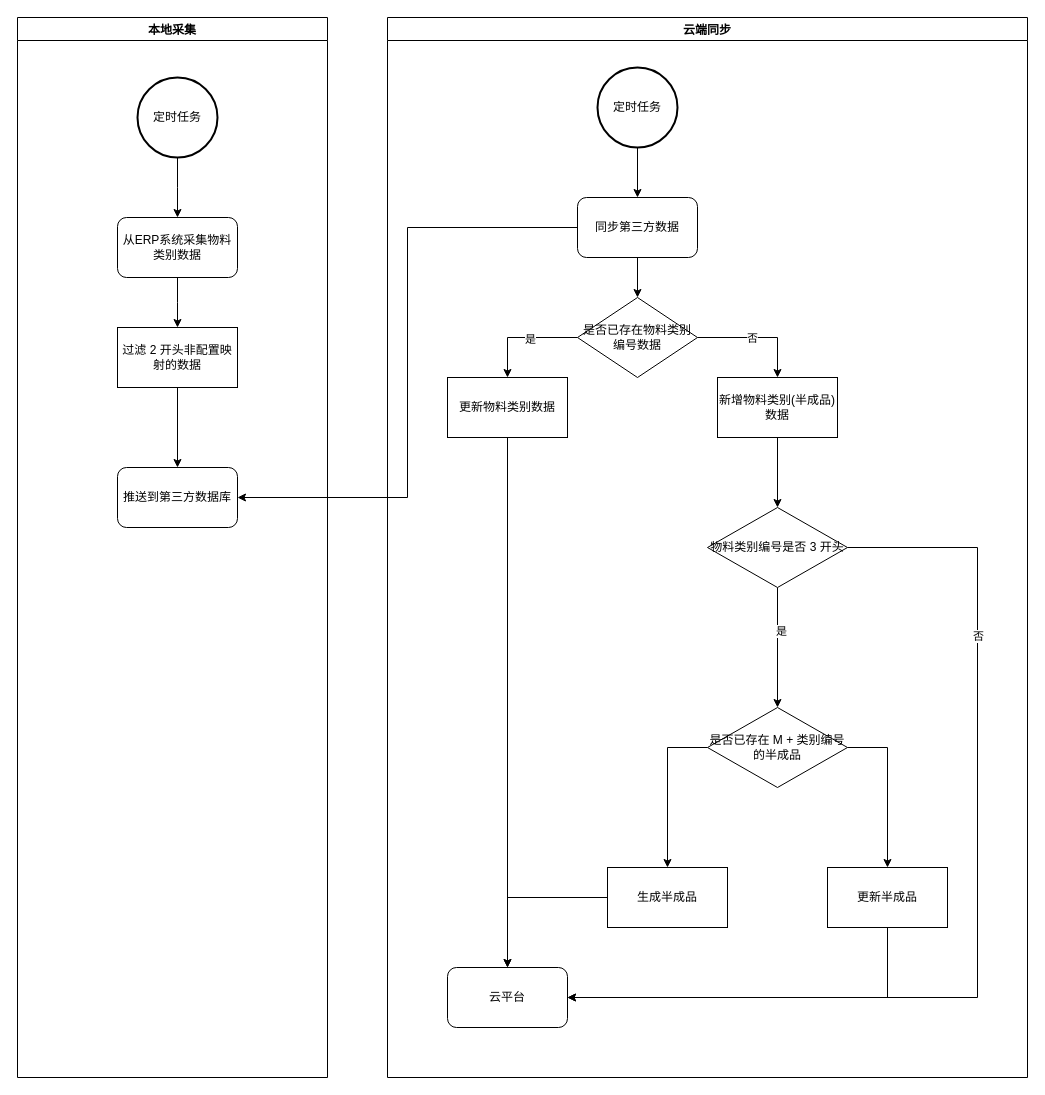
Earlier version of the draw.io diagram 齐峰物料类别采集.drawio (Leo-Lee-j/sketch). Source tidied: cells renumbered, new cells numbered last; positions are measured from the earlier drawing's top-left corner, leaving out a move shared by most shapes. Both pictures are drawn from the tidied source at 100%, with x=0, y=0 at pixel (17, 17).
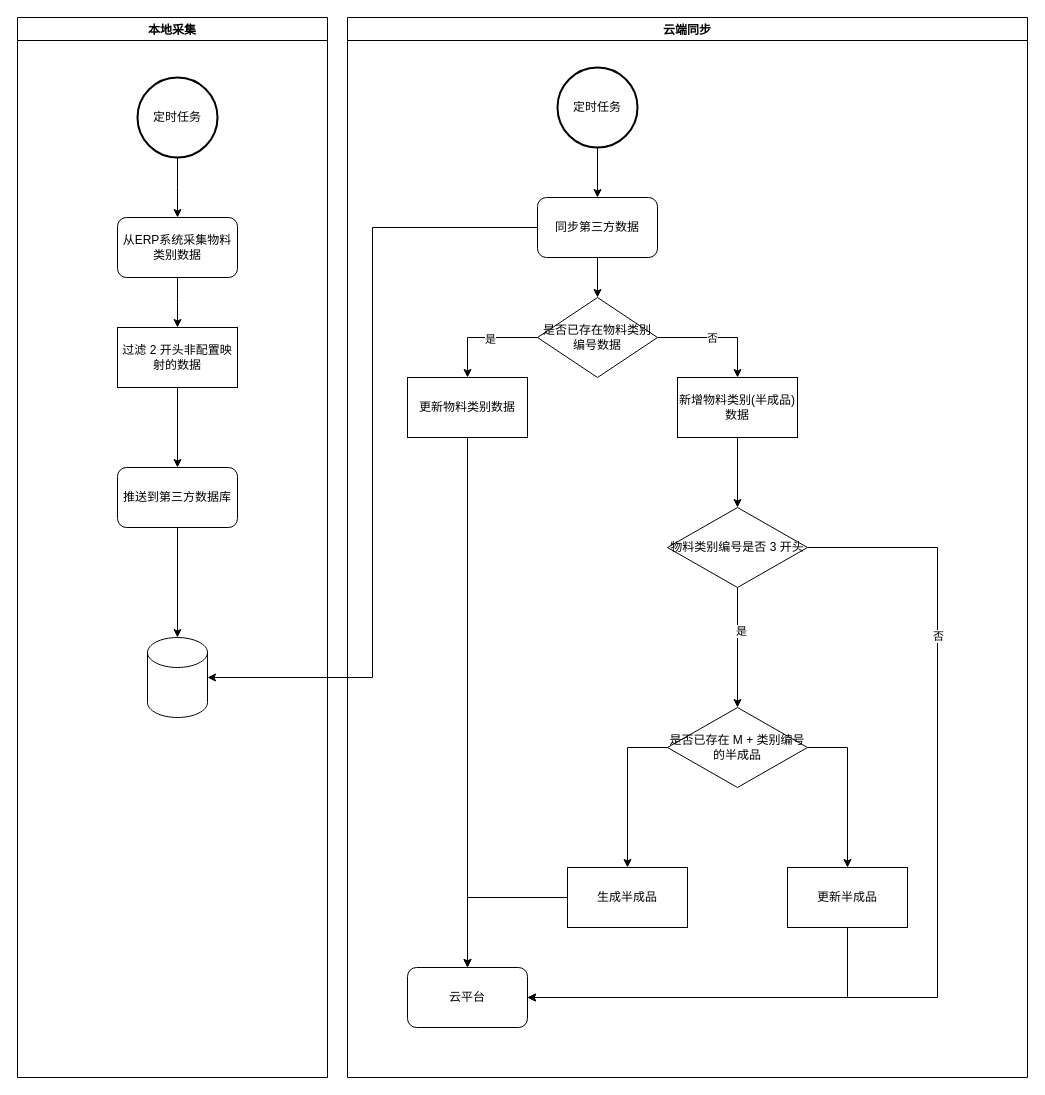
The same diagram, later.

Commit message (it also covers changes not shown here):
更新齐峰物料类别采集.drawio

The change refers to these unchanged cells:
```xml
<mxCell id="8" value="本地采集" style="swimlane;" parent="1" vertex="1">
  <mxGeometry width="310" height="1060" as="geometry" />
</mxCell>
<mxCell id="9" value="推送到第三方数据库" style="rounded=1;whiteSpace=wrap;html=1;" parent="8" vertex="1">
  <mxGeometry x="100" y="450" width="120" height="60" as="geometry" />
</mxCell>
<mxCell id="14" value="同步第三方数据" style="rounded=1;whiteSpace=wrap;html=1;" parent="10" vertex="1">
  <mxGeometry x="190" y="180" width="120" height="60" as="geometry" />
</mxCell>
```

The edit, as a diff of the source:
```diff
@@
+    <mxCell id="38" style="edgeStyle=orthogonalEdgeStyle;rounded=0;jettySize=auto;html=1;exitX=0.5;exitY=1;exitDx=0;exitDy=0;entryX=0.5;entryY=0;entryDx=0;entryDy=0;entryPerimeter=0;" parent="8" edge="1" source="9" target="39">
+      <mxGeometry relative="1" as="geometry" />
+    </mxCell>
@@
+    <mxCell id="39" style="shape=cylinder3;whiteSpace=wrap;html=1;boundedLbl=1;backgroundOutline=1;size=15;" parent="8" vertex="1">
+      <mxGeometry x="130" y="620" width="60" height="80" as="geometry" />
+    </mxCell>
     <mxCell id="10" value="云端同步" style="swimlane;" parent="1" vertex="1">
-      <mxGeometry x="370" width="640" height="1060" as="geometry" />
+      <mxGeometry x="330" width="680" height="1060" as="geometry" />
     </mxCell>
@@
-    <mxCell id="37" style="edgeStyle=orthogonalEdgeStyle;rounded=0;jettySize=auto;html=1;exitX=0;exitY=0.5;exitDx=0;exitDy=0;entryX=1;entryY=0.5;entryDx=0;entryDy=0;" parent="1" edge="1" source="14" target="9">
+    <mxCell id="37" style="edgeStyle=orthogonalEdgeStyle;rounded=0;jettySize=auto;html=1;exitX=0;exitY=0.5;exitDx=0;exitDy=0;entryX=1;entryY=0.5;entryDx=0;entryDy=0;entryPerimeter=0;" parent="1" edge="1" source="14" target="39">
       <mxGeometry relative="1" as="geometry" />
     </mxCell>
```
